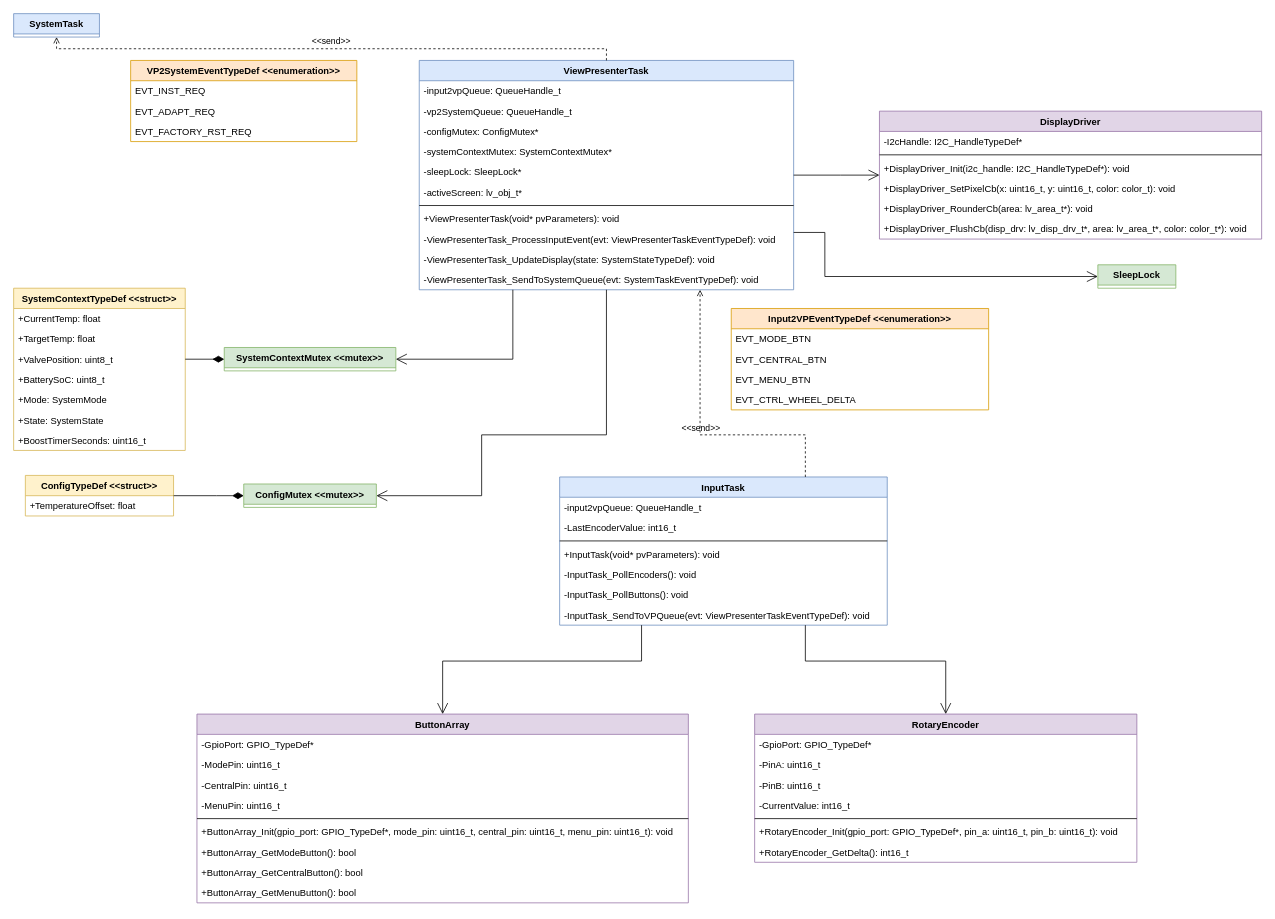
Before: page "ui" (5 of 6) of software/diagrams/mt-rt-sw-design.drawio in MiraTherm/miratherm-radiator-thermostat-documentation, a draw.io diagram. Source tidied: cells renumbered, new cells numbered last; positions are measured from the earlier drawing's top-left corner, leaving out a move shared by most shapes. Both pictures are drawn from the tidied source at 78%, with x=0, y=0 at pixel (13, 13).
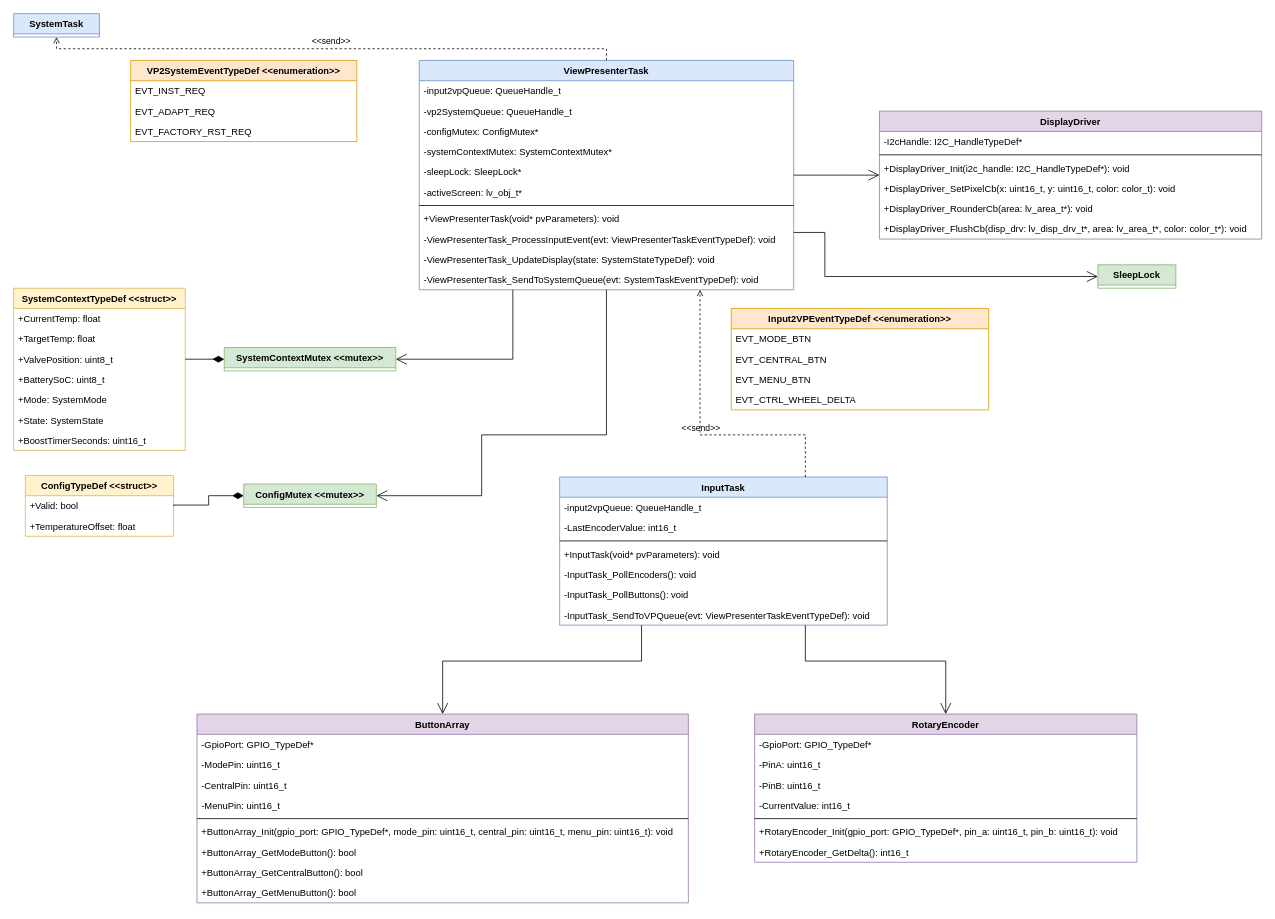
The same page after the edit.

Commit message (it also covers changes not shown here):
:memo: Add "Valid" field to Config

The change refers to these unchanged cells:
```xml
<mxCell id="69" value="ConfigMutex &lt;&lt;mutex&gt;&gt;" style="swimlane;fontStyle=1;horizontal=1;startSize=26;fillColor=#d5e8d4;strokeColor=#82b366;" parent="1" vertex="1" collapsed="1">
  <mxGeometry x="295" y="603" width="170" height="30" as="geometry" />
</mxCell>
```

Diff of the diagram source:
```diff
@@
     <mxCell id="61" value="ConfigTypeDef &lt;&lt;struct&gt;&gt;" style="swimlane;fontStyle=1;horizontal=1;startSize=26;fillColor=#fff2cc;strokeColor=#d6b656;" parent="1" vertex="1">
-      <mxGeometry x="15" y="592" width="190" height="52" as="geometry" />
+      <mxGeometry x="15" y="592" width="190" height="78" as="geometry" />
     </mxCell>
+    <mxCell id="82" value="+Valid: bool" style="text;strokeColor=none;fillColor=none;align=left;verticalAlign=top;spacingLeft=4;spacingRight=4;overflow=hidden;" parent="61" vertex="1">
+      <mxGeometry y="26" width="190" height="26" as="geometry" />
+    </mxCell>
     <mxCell id="62" value="+TemperatureOffset: float" style="text;strokeColor=none;fillColor=none;align=left;verticalAlign=top;spacingLeft=4;spacingRight=4;overflow=hidden;" parent="61" vertex="1">
-      <mxGeometry y="26" width="190" height="26" as="geometry" />
+      <mxGeometry y="52" width="190" height="26" as="geometry" />
     </mxCell>
@@
     <mxCell id="70" style="endArrow=diamondThin;endFill=1;endSize=12;html=1;rounded=0;exitX=1;exitY=0.5;exitDx=0;exitDy=0;edgeStyle=orthogonalEdgeStyle;entryX=0;entryY=0.5;entryDx=0;entryDy=0;" parent="1" edge="1" source="61" target="69">
       <mxGeometry relative="1" as="geometry">
         <Array as="points">
-          <mxPoint x="260" y="618" />
-          <mxPoint x="260" y="618" />
+          <mxPoint x="205" y="630" />
+          <mxPoint x="250" y="630" />
+          <mxPoint x="250" y="618" />
         </Array>
       </mxGeometry>
     </mxCell>
```
